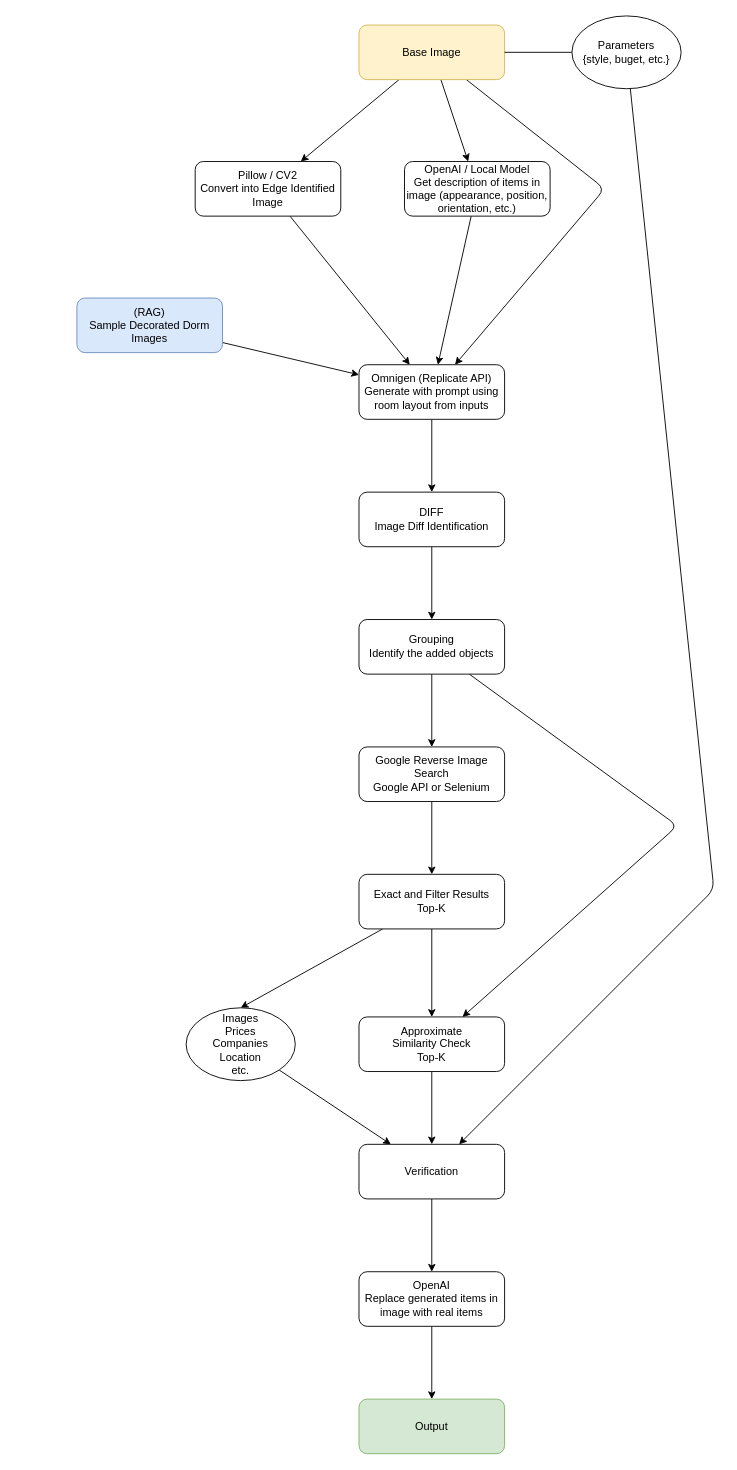
The draw.io diagram diagrams/prototype2.drawio in iiisong/reModel, before the edit. Source tidied: cells renumbered, new cells numbered last; positions are measured from the earlier drawing's top-left corner, leaving out a move shared by most shapes. Both pictures are drawn from the tidied source at 91%, with x=0, y=0 at pixel (76, 15).
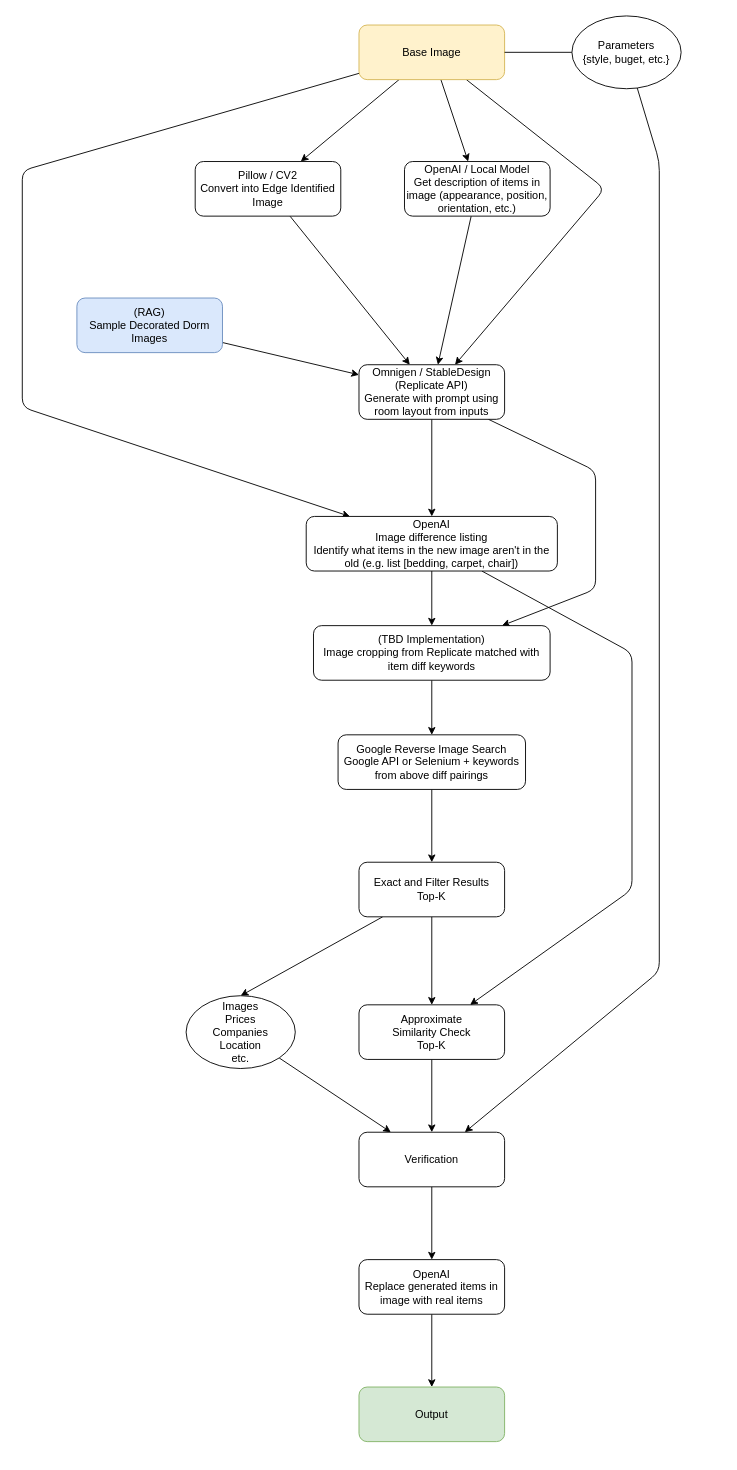
After the change.

Unchanged cells that the change refers to:
```xml
<mxCell id="5" value="Base Image" style="rounded=1;whiteSpace=wrap;html=1;fillColor=#fff2cc;strokeColor=#d6b656;" parent="1" vertex="1">
  <mxGeometry x="310" y="10" width="160" height="60" as="geometry" />
</mxCell>
<mxCell id="24" value="Parameters&lt;div&gt;{style, buget, etc.}&lt;/div&gt;" style="ellipse;whiteSpace=wrap;html=1;" parent="1" vertex="1">
  <mxGeometry x="544" width="120" height="80" as="geometry" />
</mxCell>
```

Change to the diagram source:
```diff
@@
+    <mxCell id="36" style="edgeStyle=none;html=1;" parent="1" edge="1" source="5" target="41">
+      <mxGeometry relative="1" as="geometry">
+        <Array as="points">
+          <mxPoint x="-60" y="170" />
+          <mxPoint x="-60" y="430" />
+        </Array>
+      </mxGeometry>
+    </mxCell>
@@
-    <mxCell id="6" style="edgeStyle=none;html=1;" parent="1" edge="1" source="7" target="10">
-      <mxGeometry relative="1" as="geometry" />
-    </mxCell>
-    <mxCell id="7" value="&lt;div&gt;DIFF&lt;/div&gt;Image Diff Identification" style="rounded=1;whiteSpace=wrap;html=1;" parent="1" vertex="1">
-      <mxGeometry x="310" y="523.3" width="160" height="60" as="geometry" />
-    </mxCell>
-    <mxCell id="8" style="edgeStyle=none;html=1;" parent="1" edge="1" source="10" target="12">
-      <mxGeometry relative="1" as="geometry" />
-    </mxCell>
-    <mxCell id="9" style="edgeStyle=none;html=1;" parent="1" edge="1" source="10" target="19">
-      <mxGeometry relative="1" as="geometry">
-        <Array as="points">
-          <mxPoint x="660" y="890" />
-        </Array>
-      </mxGeometry>
-    </mxCell>
-    <mxCell id="10" value="Grouping&lt;div&gt;&lt;div&gt;&lt;/div&gt;&lt;div&gt;Identify the added objects&lt;/div&gt;&lt;/div&gt;" style="rounded=1;whiteSpace=wrap;html=1;" parent="1" vertex="1">
-      <mxGeometry x="310" y="663.3" width="160" height="60" as="geometry" />
-    </mxCell>
@@
-    <mxCell id="12" value="Google Reverse Image Search&lt;div&gt;Google API or Selenium&lt;/div&gt;" style="rounded=1;whiteSpace=wrap;html=1;" parent="1" vertex="1">
-      <mxGeometry x="310" y="803.3" width="160" height="60" as="geometry" />
+    <mxCell id="12" value="Google Reverse Image Search&lt;div&gt;Google API or Selenium + keywords from above diff pairings&lt;/div&gt;" style="rounded=1;whiteSpace=wrap;html=1;" parent="1" vertex="1">
+      <mxGeometry x="287" y="790" width="206" height="60" as="geometry" />
     </mxCell>
@@
     <mxCell id="15" value="Exact and Filter Results&lt;div&gt;&lt;span style=&quot;background-color: transparent;&quot;&gt;Top-K&lt;/span&gt;&lt;br&gt;&lt;/div&gt;" style="rounded=1;whiteSpace=wrap;html=1;" parent="1" vertex="1">
-      <mxGeometry x="310" y="943.3" width="160" height="60" as="geometry" />
+      <mxGeometry x="310" y="930" width="160" height="60" as="geometry" />
     </mxCell>
@@
     <mxCell id="17" value="Images&lt;div&gt;Prices&lt;/div&gt;&lt;div&gt;Companies&lt;/div&gt;&lt;div&gt;Location&lt;/div&gt;&lt;div&gt;etc.&lt;/div&gt;" style="ellipse;whiteSpace=wrap;html=1;" parent="1" vertex="1">
-      <mxGeometry x="120" y="1090" width="120" height="80" as="geometry" />
+      <mxGeometry x="120" y="1076.7" width="120" height="80" as="geometry" />
     </mxCell>
@@
     <mxCell id="19" value="&lt;div&gt;Approximate&lt;/div&gt;&lt;div&gt;Similarity Check&lt;br&gt;Top-K&lt;/div&gt;" style="rounded=1;whiteSpace=wrap;html=1;" parent="1" vertex="1">
-      <mxGeometry x="310" y="1100" width="160" height="60" as="geometry" />
+      <mxGeometry x="310" y="1086.7" width="160" height="60" as="geometry" />
     </mxCell>
@@
     <mxCell id="21" value="&lt;div&gt;Verification&lt;/div&gt;" style="rounded=1;whiteSpace=wrap;html=1;" parent="1" vertex="1">
-      <mxGeometry x="310" y="1240" width="160" height="60" as="geometry" />
+      <mxGeometry x="310" y="1226.7" width="160" height="60" as="geometry" />
     </mxCell>
@@
     <mxCell id="23" style="edgeStyle=none;html=1;" parent="1" edge="1" source="24" target="21">
       <mxGeometry relative="1" as="geometry">
         <Array as="points">
-          <mxPoint x="700" y="960" />
+          <mxPoint x="640" y="160" />
+          <mxPoint x="640" y="1050" />
         </Array>
       </mxGeometry>
     </mxCell>
@@
     <mxCell id="26" value="OpenAI&lt;div&gt;Replace generated items in image with real items&lt;/div&gt;" style="rounded=1;whiteSpace=wrap;html=1;" parent="1" vertex="1">
-      <mxGeometry x="310" y="1380" width="160" height="60" as="geometry" />
+      <mxGeometry x="310" y="1366.7" width="160" height="60" as="geometry" />
     </mxCell>
     <mxCell id="27" value="Output" style="rounded=1;whiteSpace=wrap;html=1;fillColor=#d5e8d4;strokeColor=#82b366;" parent="1" vertex="1">
-      <mxGeometry x="310" y="1520" width="160" height="60" as="geometry" />
+      <mxGeometry x="310" y="1506.7" width="160" height="60" as="geometry" />
     </mxCell>
@@
-    <mxCell id="32" style="edgeStyle=none;html=1;" parent="1" edge="1" source="33" target="7">
-      <mxGeometry relative="1" as="geometry" />
-    </mxCell>
+    <mxCell id="37" style="edgeStyle=none;html=1;" parent="1" edge="1" source="33" target="41">
+      <mxGeometry relative="1" as="geometry" />
+    </mxCell>
+    <mxCell id="38" style="edgeStyle=none;html=1;" parent="1" edge="1" source="33" target="43">
+      <mxGeometry relative="1" as="geometry">
+        <Array as="points">
+          <mxPoint x="570" y="500" />
+          <mxPoint x="570" y="630" />
+        </Array>
+      </mxGeometry>
+    </mxCell>
-    <mxCell id="33" value="Omnigen (Replicate API)&lt;div&gt;Generate with prompt using room layout from inputs&lt;/div&gt;" style="rounded=1;whiteSpace=wrap;html=1;" parent="1" vertex="1">
+    <mxCell id="33" value="Omnigen / StableDesign (Replicate API)&lt;div&gt;Generate with prompt using room layout from inputs&lt;/div&gt;" style="rounded=1;whiteSpace=wrap;html=1;" parent="1" vertex="1">
       <mxGeometry x="310" y="383.3" width="160" height="60" as="geometry" />
     </mxCell>
@@
+    <mxCell id="39" style="edgeStyle=none;html=1;" parent="1" edge="1" source="41" target="43">
+      <mxGeometry relative="1" as="geometry" />
+    </mxCell>
+    <mxCell id="40" style="edgeStyle=none;html=1;" parent="1" edge="1" source="41" target="19">
+      <mxGeometry relative="1" as="geometry">
+        <Array as="points">
+          <mxPoint x="610" y="700" />
+          <mxPoint x="610" y="960" />
+        </Array>
+      </mxGeometry>
+    </mxCell>
+    <mxCell id="41" value="OpenAI&lt;div&gt;Image difference listing&lt;/div&gt;&lt;div&gt;Identify what items in the new image aren't in the old (e.g. list [bedding, carpet, chair])&lt;/div&gt;" style="rounded=1;whiteSpace=wrap;html=1;" parent="1" vertex="1">
+      <mxGeometry x="252" y="550" width="276" height="60" as="geometry" />
+    </mxCell>
+    <mxCell id="42" style="edgeStyle=none;html=1;" parent="1" edge="1" source="43" target="12">
+      <mxGeometry relative="1" as="geometry" />
+    </mxCell>
+    <mxCell id="43" value="(TBD Implementation)&lt;div&gt;&lt;/div&gt;&lt;div&gt;Image cropping from Replicate matched with item diff keywords&lt;/div&gt;" style="rounded=1;whiteSpace=wrap;html=1;" parent="1" vertex="1">
+      <mxGeometry x="260" y="670" width="260" height="60" as="geometry" />
+    </mxCell>
```
